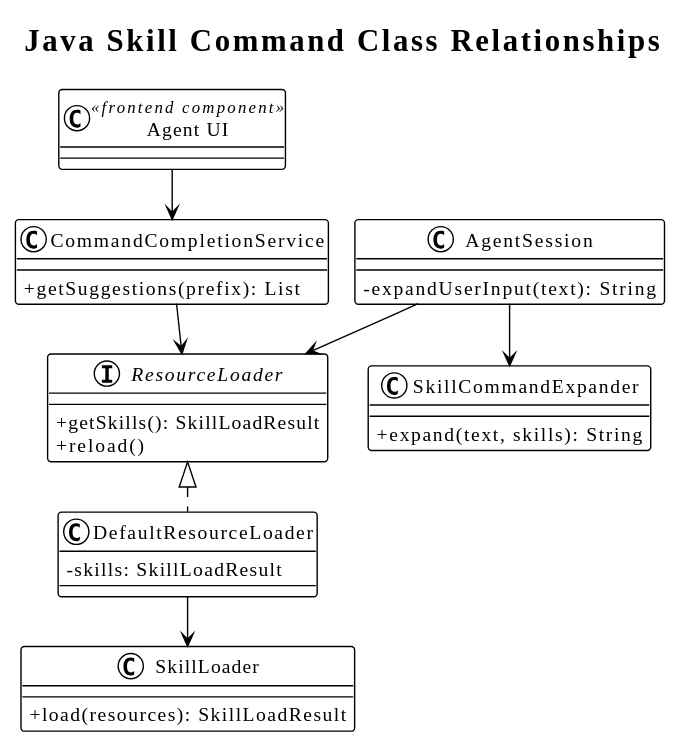
Before: diagrams/skill-command/09-class-relationships.svg, a diagram exported from PlantUML (superheromeZzh/pi-mono-java-design).
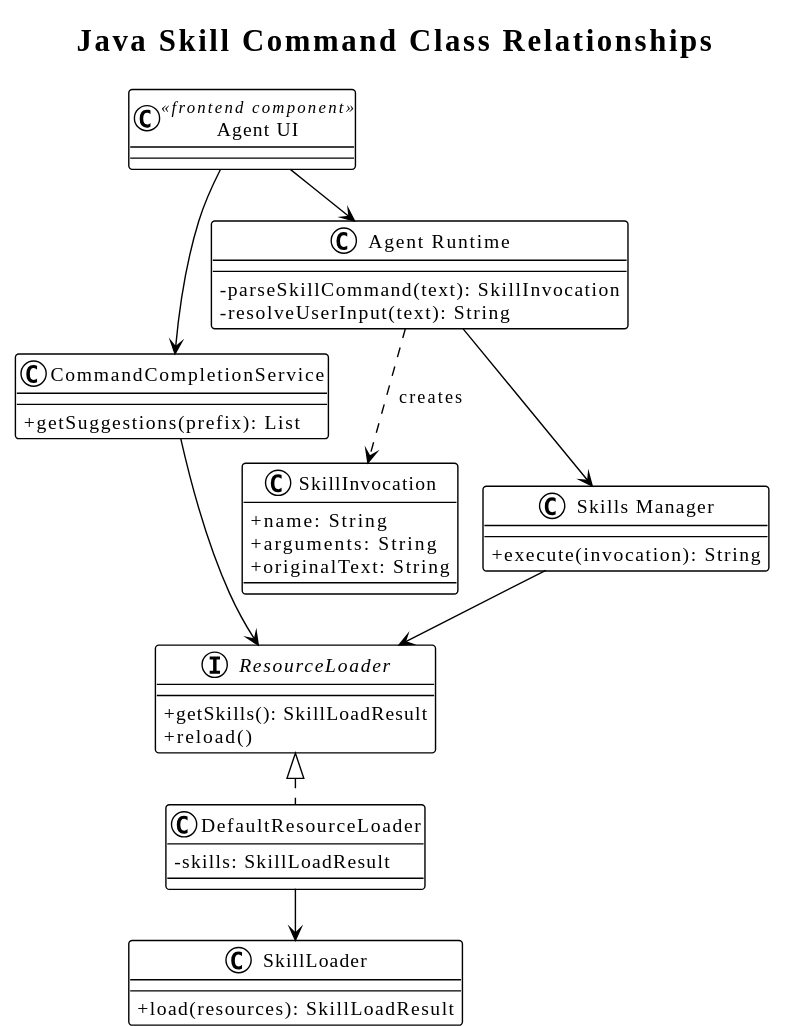
The same diagram one commit later.

Commit message:
docs(agent): clarify skill command runtime boundary

The edit, as a diff of the source:
```diff
@@ -17,21 +17,29 @@
 class SkillLoader {
   + load(resources): SkillLoadResult
 }
-class SkillCommandExpander {
-  + expand(text, skills): String
+class SkillInvocation {
+  + name: String
+  + arguments: String
+  + originalText: String
+}
+class "Skills Manager" as SkillsManager {
+  + execute(invocation): String
 }
 class CommandCompletionService {
   + getSuggestions(prefix): List
 }
 class "Agent UI" as AgentUI <<frontend component>>
-class AgentSession {
-  - expandUserInput(text): String
+class "Agent Runtime" as AgentRuntime {
+  - parseSkillCommand(text): SkillInvocation
+  - resolveUserInput(text): String
 }
 
 ResourceLoader <|.. DefaultResourceLoader
 DefaultResourceLoader --> SkillLoader
-AgentSession --> ResourceLoader
-AgentSession --> SkillCommandExpander
+AgentRuntime ..> SkillInvocation : creates
+AgentRuntime --> SkillsManager
+SkillsManager --> ResourceLoader
 CommandCompletionService --> ResourceLoader
 AgentUI --> CommandCompletionService
+AgentUI --> AgentRuntime
 @enduml
```
